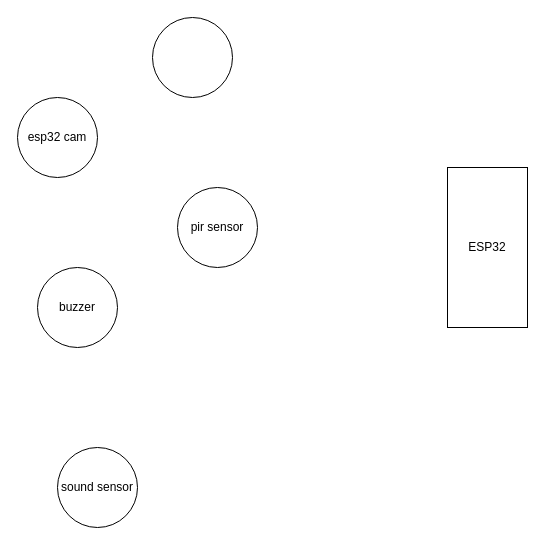
Above: 2.CircuitDiagram/layoutDesign.drawio in feix0033/EASV_C21_4thSemester_IoT_SmartyPants_SecurityEquipments (draw.io), before the change. Source tidied: cells renumbered, new cells numbered last; positions are measured from the earlier drawing's top-left corner, leaving out a move shared by most shapes. Both pictures are drawn from the tidied source at 100%, with x=0, y=0 at pixel (17, 17).
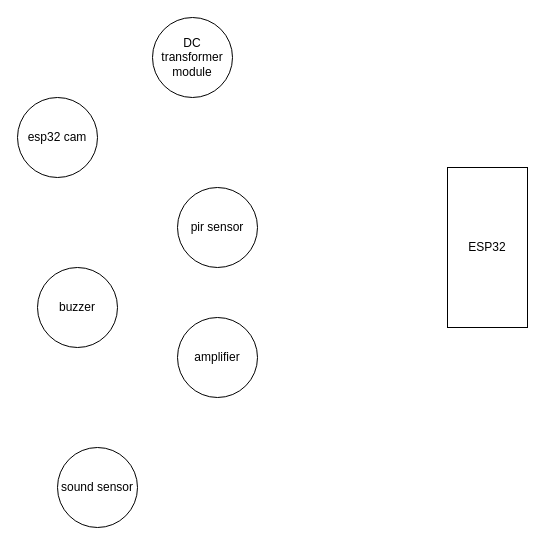
After the change.

What changed in the source:
```diff
@@
 <mxGraphModel>
   <root>
     <mxCell id="0" />
     <mxCell id="1" parent="0" />
     <mxCell id="2" value="ESP32" style="rounded=0;whiteSpace=wrap;html=1;" parent="1" vertex="1">
       <mxGeometry x="430" y="150" width="80" height="160" as="geometry" />
     </mxCell>
     <mxCell id="3" value="esp32 cam" style="ellipse;whiteSpace=wrap;html=1;" parent="1" vertex="1">
       <mxGeometry y="80" width="80" height="80" as="geometry" />
     </mxCell>
     <mxCell id="4" value="buzzer" style="ellipse;whiteSpace=wrap;html=1;" parent="1" vertex="1">
       <mxGeometry x="20" y="250" width="80" height="80" as="geometry" />
     </mxCell>
     <mxCell id="5" value="sound sensor" style="ellipse;whiteSpace=wrap;html=1;" parent="1" vertex="1">
       <mxGeometry x="40" y="430" width="80" height="80" as="geometry" />
     </mxCell>
     <mxCell id="6" value="pir sensor" style="ellipse;whiteSpace=wrap;html=1;" parent="1" vertex="1">
       <mxGeometry x="160" y="170" width="80" height="80" as="geometry" />
     </mxCell>
-    <mxCell id="7" style="ellipse;whiteSpace=wrap;html=1;" parent="1" vertex="1">
+    <mxCell id="7" value="DC transformer module" style="ellipse;whiteSpace=wrap;html=1;" parent="1" vertex="1">
       <mxGeometry x="135" width="80" height="80" as="geometry" />
     </mxCell>
+    <mxCell id="8" value="amplifier" style="ellipse;whiteSpace=wrap;html=1;" parent="1" vertex="1">
+      <mxGeometry x="160" y="300" width="80" height="80" as="geometry" />
+    </mxCell>
   </root>
 </mxGraphModel>
```
